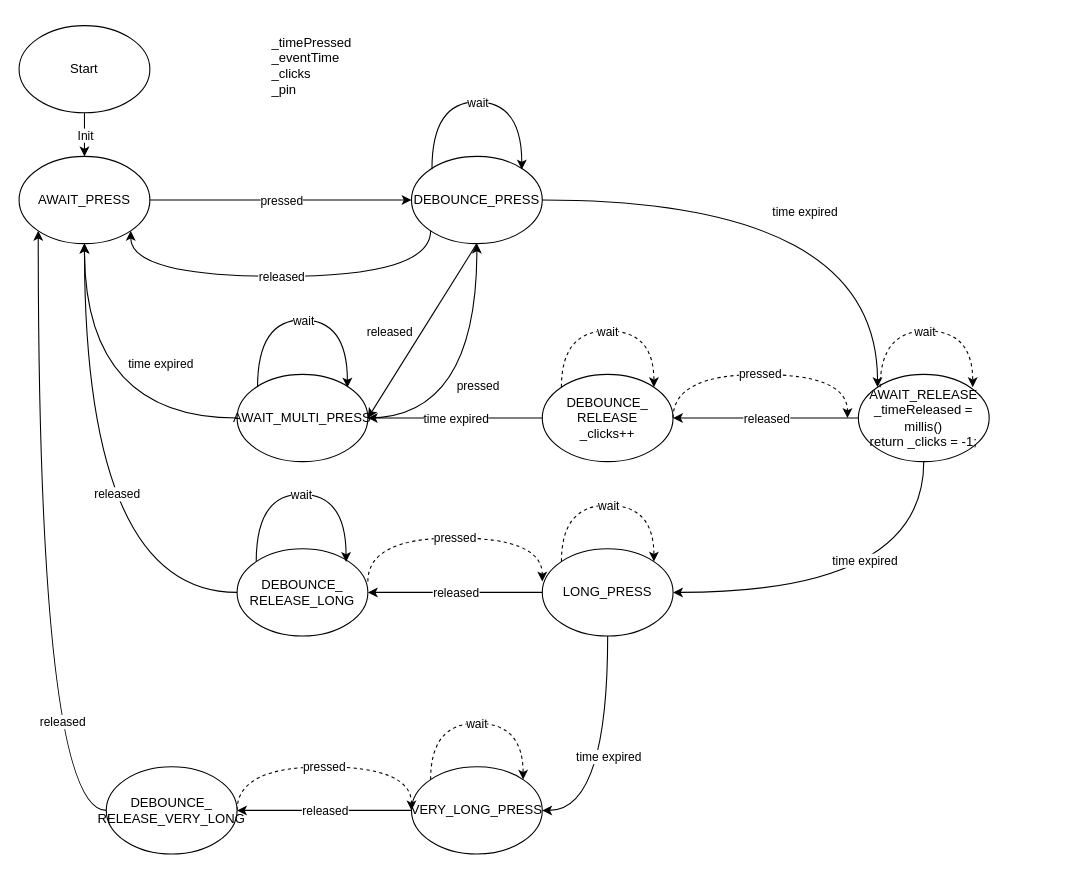
Above: page "State Machine" (1 of 7) of extras/IGB Tactile Switch State Machine.drawio in IGB-Germany/IGB-Tactile-Switch (draw.io), before the change. Source tidied: cells renumbered, new cells numbered last; positions are measured from the earlier drawing's top-left corner, leaving out a move shared by most shapes. Both pictures are drawn from the tidied source at 109%, with x=0, y=0 at pixel (19, 25).
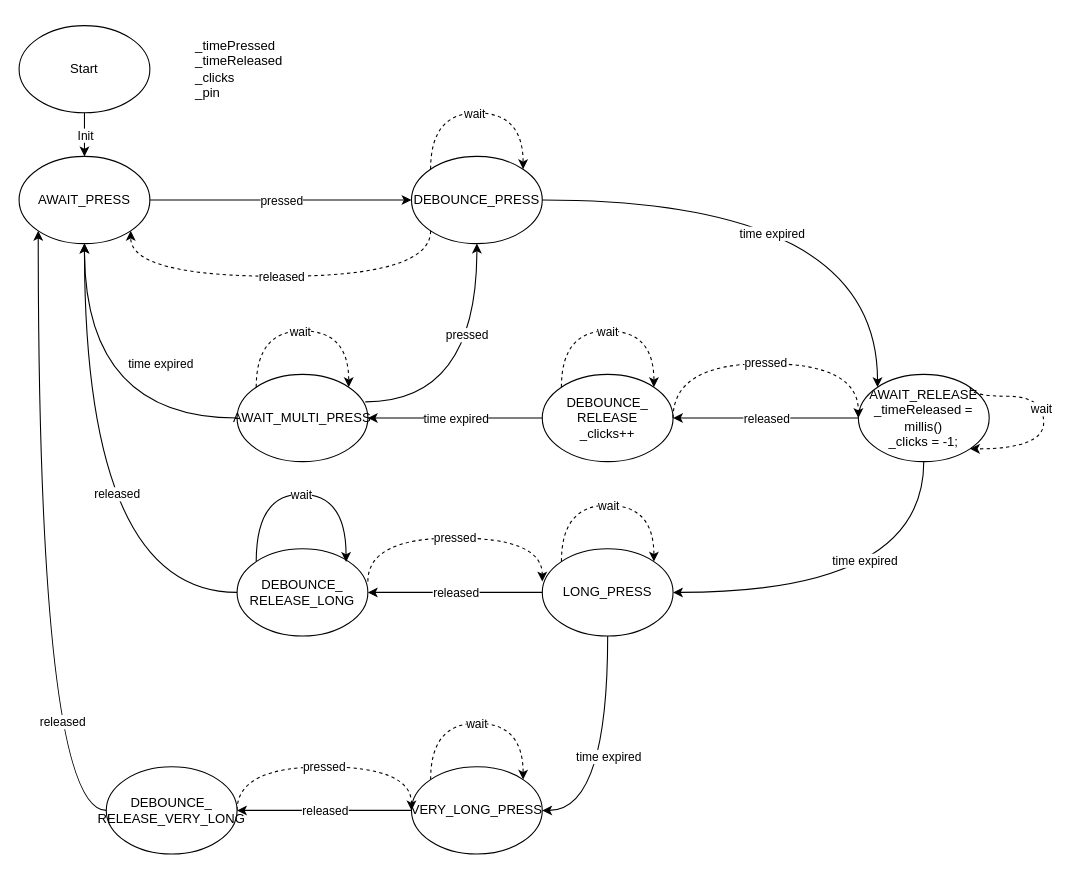
The same diagram, later.

Unchanged cells that the change refers to:
```xml
<mxCell id="5" value="AWAIT_PRESS" style="ellipse;whiteSpace=wrap;html=1;" parent="1" vertex="1">
  <mxGeometry y="120" width="120" height="80" as="geometry" />
</mxCell>
<mxCell id="6" value="DEBOUNCE_PRESS" style="ellipse;whiteSpace=wrap;html=1;" parent="1" vertex="1">
  <mxGeometry x="360" y="120" width="120" height="80" as="geometry" />
</mxCell>
<mxCell id="8" value="DEBOUNCE_ RELEASE&lt;br&gt;_clicks++" style="ellipse;whiteSpace=wrap;html=1;" parent="1" vertex="1">
  <mxGeometry x="480" y="320" width="120" height="80" as="geometry" />
</mxCell>
<mxCell id="10" value="AWAIT_MULTI_PRESS" style="ellipse;whiteSpace=wrap;html=1;" parent="1" vertex="1">
  <mxGeometry x="200" y="320" width="120" height="80" as="geometry" />
</mxCell>
<mxCell id="12" style="endArrow=classic;html=1;exitX=1;exitY=0.5;exitDx=0;exitDy=0;entryX=0;entryY=0;entryDx=0;entryDy=0;edgeStyle=orthogonalEdgeStyle;curved=1;" parent="1" edge="1" source="6" target="7">
  <mxGeometry relative="1" as="geometry" />
</mxCell>
```

What changed in the source:
```diff
@@
-    <mxCell id="7" value="AWAIT_RELEASE&lt;br&gt;_timeReleased = millis()&lt;br&gt;return _clicks = -1;" style="ellipse;whiteSpace=wrap;html=1;" parent="1" vertex="1">
+    <mxCell id="7" value="AWAIT_RELEASE&lt;br&gt;_timeReleased = millis()&lt;br&gt;_clicks = -1;" style="ellipse;whiteSpace=wrap;html=1;" parent="1" vertex="1">
       <mxGeometry x="770" y="320" width="120" height="80" as="geometry" />
     </mxCell>
@@
     <mxCell id="13" value="time expired" style="edgeLabel;html=1;align=center;verticalAlign=middle;" parent="12" vertex="1">
       <mxGeometry relative="1" as="geometry">
-        <mxPoint y="10" as="offset" />
+        <mxPoint x="-30" y="30" as="offset" />
       </mxGeometry>
     </mxCell>
@@
-    <mxCell id="24" style="endArrow=classic;html=1;exitX=1;exitY=0.5;exitDx=0;exitDy=0;entryX=0.5;entryY=1;entryDx=0;entryDy=0;edgeStyle=orthogonalEdgeStyle;curved=1;" parent="1" edge="1" source="10" target="6">
+    <mxCell id="24" style="endArrow=classic;html=1;exitX=0.98;exitY=0.315;exitDx=0;exitDy=0;entryX=0.5;entryY=1;entryDx=0;entryDy=0;edgeStyle=orthogonalEdgeStyle;curved=1;exitPerimeter=0;" parent="1" edge="1" source="10" target="6">
       <mxGeometry relative="1" as="geometry" />
     </mxCell>
     <mxCell id="25" value="pressed" style="edgeLabel;html=1;align=center;verticalAlign=middle;" parent="24" vertex="1">
-      <mxGeometry relative="1" as="geometry" />
+      <mxGeometry relative="1" as="geometry">
+        <mxPoint x="-10" y="-39.7" as="offset" />
+      </mxGeometry>
     </mxCell>
@@
-    <mxCell id="36" value="&lt;br&gt;_timePressed&lt;br&gt;_eventTime&amp;nbsp;&lt;br&gt;_clicks&lt;br&gt;_pin" style="text;html=1;strokeColor=none;fillColor=none;align=left;verticalAlign=middle;whiteSpace=wrap;rounded=0;" parent="1" vertex="1">
-      <mxGeometry x="230" y="20" width="40" height="20" as="geometry" />
+    <mxCell id="36" value="_timePressed&lt;br&gt;_timeReleased&lt;br&gt;_clicks&lt;br&gt;_pin" style="text;html=1;strokeColor=none;fillColor=none;align=left;verticalAlign=middle;whiteSpace=wrap;rounded=0;" parent="1" vertex="1">
+      <mxGeometry x="160" width="100" height="80" as="geometry" />
     </mxCell>
-    <mxCell id="37" style="endArrow=classic;html=1;exitX=0;exitY=1;exitDx=0;exitDy=0;edgeStyle=orthogonalEdgeStyle;curved=1;entryX=1;entryY=1;entryDx=0;entryDy=0;" parent="1" edge="1" source="6" target="5">
+    <mxCell id="37" style="endArrow=classic;html=1;exitX=0;exitY=1;exitDx=0;exitDy=0;edgeStyle=orthogonalEdgeStyle;curved=1;entryX=1;entryY=1;entryDx=0;entryDy=0;dashed=1;" parent="1" edge="1" source="6" target="5">
       <mxGeometry relative="1" as="geometry">
         <Array as="points">
           <mxPoint x="378" y="230" />
           <mxPoint x="102" y="230" />
         </Array>
       </mxGeometry>
     </mxCell>
@@
-    <mxCell id="39" style="endArrow=classic;html=1;edgeStyle=orthogonalEdgeStyle;curved=1;exitX=0;exitY=0;exitDx=0;exitDy=0;" parent="1" edge="1">
-      <mxGeometry relative="1" as="geometry">
-        <mxPoint x="378.8" y="131.7" as="sourcePoint" />
-        <mxPoint x="461.2" y="132" as="targetPoint" />
-        <Array as="points">
-          <mxPoint x="379.2" y="70" />
-          <mxPoint x="461.2" y="70" />
-        </Array>
-      </mxGeometry>
-    </mxCell>
-    <mxCell id="40" value="wait" style="edgeLabel;html=1;align=center;verticalAlign=middle;" parent="39" vertex="1">
-      <mxGeometry relative="1" as="geometry" />
-    </mxCell>
-    <mxCell id="41" style="endArrow=classic;html=1;edgeStyle=orthogonalEdgeStyle;curved=1;exitX=0;exitY=0;exitDx=0;exitDy=0;" parent="1" edge="1">
-      <mxGeometry relative="1" as="geometry">
-        <mxPoint x="218.8" y="331.7" as="sourcePoint" />
-        <mxPoint x="301.2" y="332" as="targetPoint" />
-        <Array as="points">
-          <mxPoint x="219.2" y="270" />
-          <mxPoint x="301.2" y="270" />
-        </Array>
-      </mxGeometry>
-    </mxCell>
-    <mxCell id="42" value="wait" style="edgeLabel;html=1;align=center;verticalAlign=middle;" parent="41" vertex="1">
-      <mxGeometry relative="1" as="geometry" />
-    </mxCell>
-    <mxCell id="43" style="endArrow=classic;html=1;" parent="1" edge="1">
-      <mxGeometry relative="1" as="geometry">
-        <mxPoint x="420" y="200" as="sourcePoint" />
-        <mxPoint x="320" y="360" as="targetPoint" />
-      </mxGeometry>
-    </mxCell>
-    <mxCell id="44" value="released" style="edgeLabel;html=1;align=center;verticalAlign=middle;" parent="43" vertex="1">
-      <mxGeometry relative="1" as="geometry">
-        <mxPoint x="-30.2" y="0.3" as="offset" />
-      </mxGeometry>
-    </mxCell>
@@
-    <mxCell id="55" value="pressed" style="edgeStyle=orthogonalEdgeStyle;rounded=0;orthogonalLoop=1;jettySize=auto;html=1;exitX=1;exitY=0.5;exitDx=0;exitDy=0;entryX=0;entryY=0.5;entryDx=0;entryDy=0;curved=1;dashed=1;" parent="1" edge="1">
+    <mxCell id="55" value="pressed" style="edgeStyle=orthogonalEdgeStyle;rounded=0;jettySize=auto;html=1;exitX=1;exitY=0.5;exitDx=0;exitDy=0;curved=1;dashed=1;entryX=0;entryY=0.5;entryDx=0;entryDy=0;" parent="1" edge="1" source="8" target="7">
       <mxGeometry relative="1" as="geometry">
-        <mxPoint x="600" y="360" as="sourcePoint" />
-        <mxPoint x="760" y="360" as="targetPoint" />
         <Array as="points">
-          <mxPoint x="600" y="320" />
-          <mxPoint x="760" y="320" />
+          <mxPoint x="600" y="310" />
+          <mxPoint x="770" y="310" />
         </Array>
       </mxGeometry>
     </mxCell>
-    <mxCell id="56" style="endArrow=classic;html=1;edgeStyle=orthogonalEdgeStyle;curved=1;exitX=0;exitY=0;exitDx=0;exitDy=0;entryX=1;entryY=0;entryDx=0;entryDy=0;dashed=1;" parent="1" edge="1">
+    <mxCell id="56" style="endArrow=classic;html=1;edgeStyle=orthogonalEdgeStyle;curved=1;exitX=1;exitY=0;exitDx=0;exitDy=0;entryX=1;entryY=1;entryDx=0;entryDy=0;dashed=1;" parent="1" edge="1" source="7" target="7">
       <mxGeometry relative="1" as="geometry">
-        <mxPoint x="790" y="331.7" as="sourcePoint" />
-        <mxPoint x="874.9" y="331.7" as="targetPoint" />
         <Array as="points">
-          <mxPoint x="790" y="280" />
-          <mxPoint x="875" y="280" />
+          <mxPoint x="940" y="340" />
+          <mxPoint x="940" y="388" />
         </Array>
       </mxGeometry>
     </mxCell>
     <mxCell id="57" value="wait" style="edgeLabel;html=1;align=center;verticalAlign=middle;" parent="56" vertex="1">
       <mxGeometry relative="1" as="geometry">
-        <mxPoint x="-2.3" as="offset" />
+        <mxPoint x="-2.3" y="-8.8" as="offset" />
       </mxGeometry>
     </mxCell>
+    <mxCell id="58" style="endArrow=classic;html=1;edgeStyle=orthogonalEdgeStyle;curved=1;exitX=0;exitY=0;exitDx=0;exitDy=0;entryX=1;entryY=0;entryDx=0;entryDy=0;dashed=1;" parent="1" edge="1" source="6" target="6">
+      <mxGeometry relative="1" as="geometry">
+        <Array as="points">
+          <mxPoint x="378" y="80" />
+          <mxPoint x="462" y="80" />
+        </Array>
+      </mxGeometry>
+    </mxCell>
+    <mxCell id="59" value="wait" style="edgeLabel;html=1;align=center;verticalAlign=middle;" parent="58" vertex="1">
+      <mxGeometry relative="1" as="geometry">
+        <mxPoint x="-2.3" as="offset" />
+      </mxGeometry>
+    </mxCell>
+    <mxCell id="60" style="endArrow=classic;html=1;edgeStyle=orthogonalEdgeStyle;curved=1;entryX=1;entryY=0;entryDx=0;entryDy=0;dashed=1;exitX=0;exitY=0;exitDx=0;exitDy=0;" parent="1" edge="1" source="10" target="10">
+      <mxGeometry relative="1" as="geometry">
+        <Array as="points">
+          <mxPoint x="218" y="280" />
+          <mxPoint x="302" y="280" />
+        </Array>
+      </mxGeometry>
+    </mxCell>
+    <mxCell id="61" value="wait" style="edgeLabel;html=1;align=center;verticalAlign=middle;" parent="60" vertex="1">
+      <mxGeometry relative="1" as="geometry">
+        <mxPoint x="-2.3" as="offset" />
+      </mxGeometry>
+    </mxCell>
```
